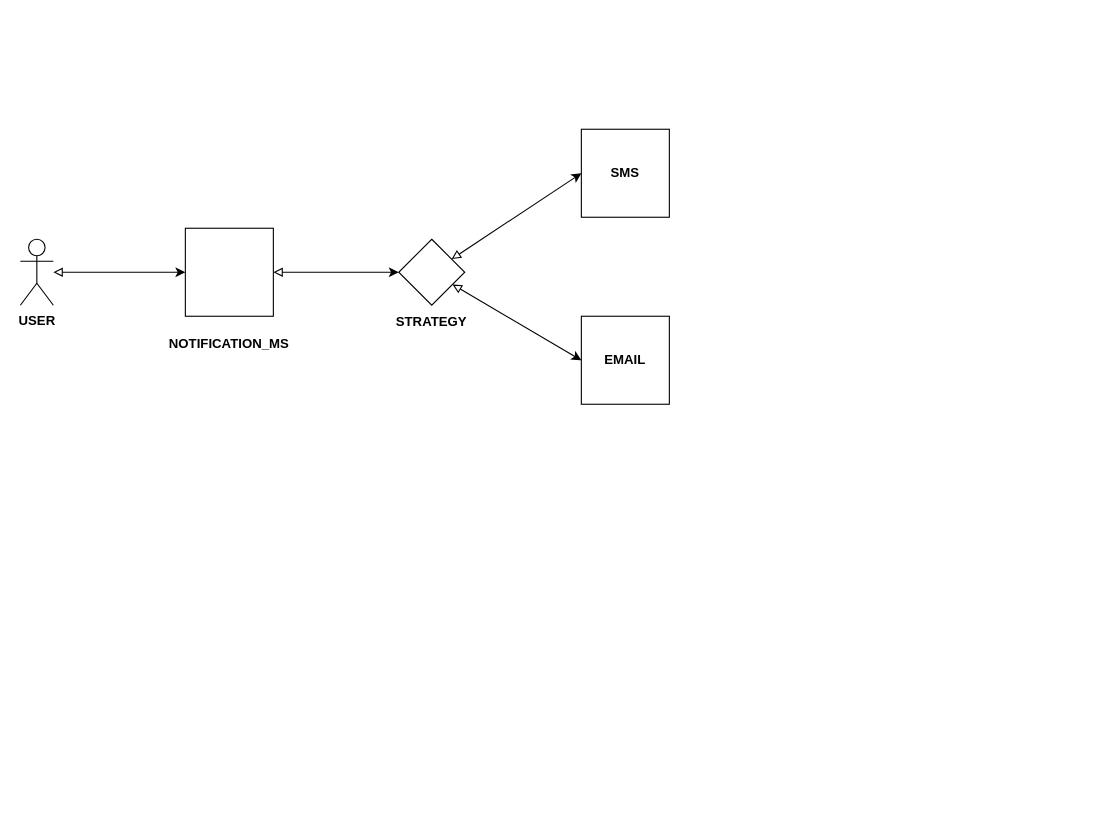
Above: notification-ms-draw.drawio in Benilsn/notification-ms (draw.io), before the change. Source tidied: cells renumbered, new cells numbered last; positions are measured from the earlier drawing's top-left corner, leaving out a move shared by most shapes. Both pictures are drawn from the tidied source at 110%, with x=0, y=0 at pixel (20, 129).
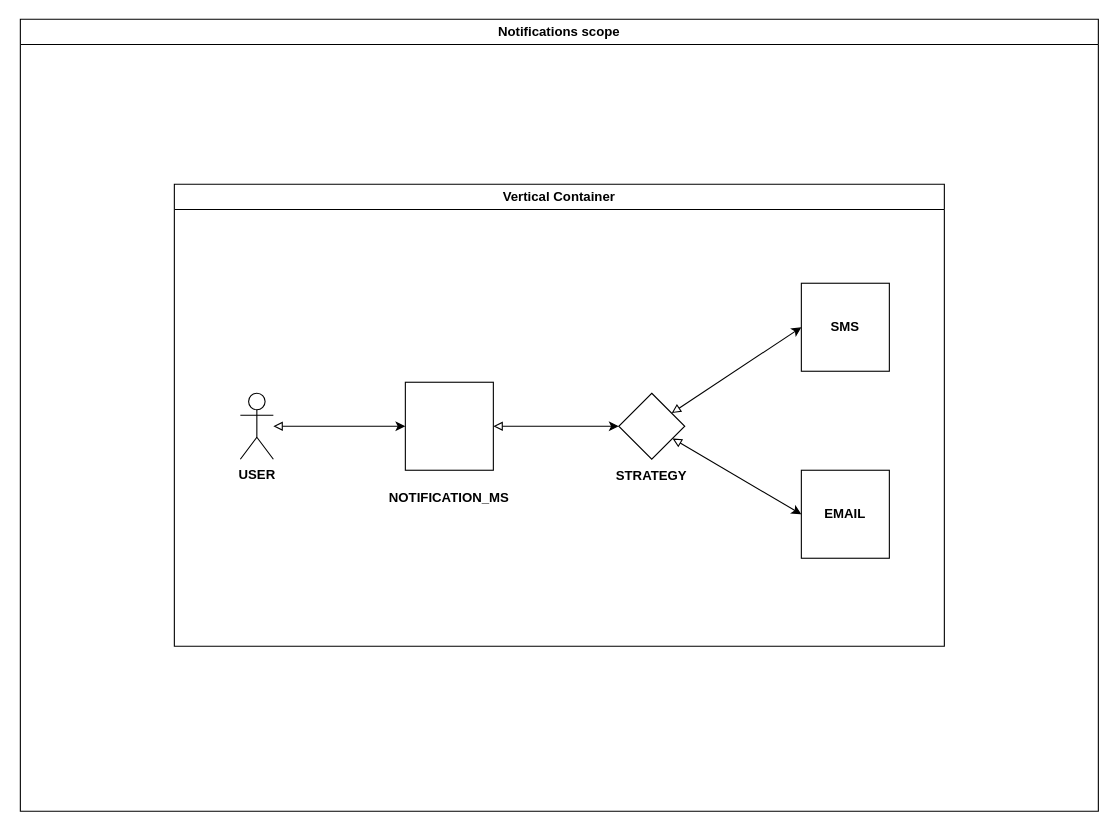
The same diagram, later.

What changed in the source:
```diff
@@
 <mxGraphModel>
   <root>
     <mxCell id="0" />
     <mxCell id="1" parent="0" />
-    <mxCell id="2" style="edgeStyle=none;html=1;entryX=0;entryY=0.5;entryDx=0;entryDy=0;startArrow=block;startFill=0;" parent="1" edge="1" source="3" target="9">
-      <mxGeometry relative="1" as="geometry" />
-    </mxCell>
+    <mxCell id="13" value="Notifications scope" style="swimlane;whiteSpace=wrap;html=1;" parent="1" vertex="1">
+      <mxGeometry y="-100" width="980" height="720" as="geometry" />
+    </mxCell>
+    <mxCell id="14" style="group;" parent="13" vertex="1">
+      <mxGeometry x="140" y="150" width="700" height="420" as="geometry" />
+    </mxCell>
+    <mxCell id="15" value="Vertical Container" style="swimlane;whiteSpace=wrap;html=1;" parent="14" vertex="1">
+      <mxGeometry width="700" height="420" as="geometry" />
+    </mxCell>
+    <mxCell id="16" style="group;" parent="14" vertex="1">
+      <mxGeometry x="60" y="90" width="590" height="250" as="geometry" />
+    </mxCell>
-    <mxCell id="3" style="whiteSpace=wrap;html=1;" parent="1" vertex="1">
+    <mxCell id="3" style="whiteSpace=wrap;html=1;" parent="16" vertex="1">
       <mxGeometry x="150" y="90" width="80" height="80" as="geometry" />
     </mxCell>
-    <mxCell id="4" style="edgeStyle=none;html=1;entryX=0;entryY=0.5;entryDx=0;entryDy=0;startArrow=block;startFill=0;" parent="1" edge="1" source="5" target="3">
+    <mxCell id="4" style="edgeStyle=none;html=1;entryX=0;entryY=0.5;entryDx=0;entryDy=0;startArrow=block;startFill=0;" parent="16" edge="1" source="5" target="3">
       <mxGeometry relative="1" as="geometry" />
     </mxCell>
-    <mxCell id="5" value="&lt;b&gt;USER&lt;/b&gt;" style="shape=umlActor;verticalLabelPosition=bottom;verticalAlign=top;html=1;outlineConnect=0;" parent="1" vertex="1">
+    <mxCell id="5" value="&lt;b&gt;USER&lt;/b&gt;" style="shape=umlActor;verticalLabelPosition=bottom;verticalAlign=top;html=1;outlineConnect=0;" parent="16" vertex="1">
       <mxGeometry y="100" width="30" height="60" as="geometry" />
     </mxCell>
-    <mxCell id="6" value="&lt;b&gt;NOTIFICATION_MS&lt;/b&gt;" style="text;html=1;strokeColor=none;fillColor=none;align=center;verticalAlign=middle;whiteSpace=wrap;rounded=0;" parent="1" vertex="1">
+    <mxCell id="6" value="&lt;b&gt;NOTIFICATION_MS&lt;/b&gt;" style="text;html=1;strokeColor=none;fillColor=none;align=center;verticalAlign=middle;whiteSpace=wrap;rounded=0;" parent="16" vertex="1">
       <mxGeometry x="160" y="180" width="60" height="30" as="geometry" />
     </mxCell>
-    <mxCell id="7" style="edgeStyle=none;html=1;entryX=0;entryY=0.5;entryDx=0;entryDy=0;startArrow=block;startFill=0;" parent="1" edge="1" source="9" target="11">
-      <mxGeometry relative="1" as="geometry" />
-    </mxCell>
-    <mxCell id="8" style="edgeStyle=none;html=1;entryX=0;entryY=0.5;entryDx=0;entryDy=0;startArrow=block;startFill=0;" parent="1" edge="1" source="9" target="12">
-      <mxGeometry relative="1" as="geometry" />
-    </mxCell>
-    <mxCell id="9" style="rhombus;whiteSpace=wrap;html=1;" parent="1" vertex="1">
+    <mxCell id="9" style="rhombus;whiteSpace=wrap;html=1;" parent="16" vertex="1">
       <mxGeometry x="344" y="100" width="60" height="60" as="geometry" />
     </mxCell>
+    <mxCell id="2" style="edgeStyle=none;html=1;entryX=0;entryY=0.5;entryDx=0;entryDy=0;startArrow=block;startFill=0;" parent="16" edge="1" source="3" target="9">
+      <mxGeometry relative="1" as="geometry" />
+    </mxCell>
-    <mxCell id="10" value="STRATEGY" style="text;html=1;strokeColor=none;fillColor=none;align=center;verticalAlign=middle;whiteSpace=wrap;rounded=0;fontStyle=1;" parent="1" vertex="1">
+    <mxCell id="10" value="STRATEGY" style="text;html=1;strokeColor=none;fillColor=none;align=center;verticalAlign=middle;whiteSpace=wrap;rounded=0;fontStyle=1;" parent="16" vertex="1">
       <mxGeometry x="339" y="160" width="70" height="30" as="geometry" />
     </mxCell>
-    <mxCell id="11" value="&lt;b&gt;SMS&lt;/b&gt;" style="whiteSpace=wrap;html=1;" parent="1" vertex="1">
+    <mxCell id="11" value="&lt;b&gt;SMS&lt;/b&gt;" style="whiteSpace=wrap;html=1;" parent="16" vertex="1">
       <mxGeometry x="510" width="80" height="80" as="geometry" />
     </mxCell>
+    <mxCell id="7" style="edgeStyle=none;html=1;entryX=0;entryY=0.5;entryDx=0;entryDy=0;startArrow=block;startFill=0;" parent="16" edge="1" source="9" target="11">
+      <mxGeometry relative="1" as="geometry" />
+    </mxCell>
-    <mxCell id="12" value="&lt;b&gt;EMAIL&lt;/b&gt;" style="whiteSpace=wrap;html=1;" parent="1" vertex="1">
+    <mxCell id="12" value="&lt;b&gt;EMAIL&lt;/b&gt;" style="whiteSpace=wrap;html=1;" parent="16" vertex="1">
       <mxGeometry x="510" y="170" width="80" height="80" as="geometry" />
     </mxCell>
+    <mxCell id="8" style="edgeStyle=none;html=1;entryX=0;entryY=0.5;entryDx=0;entryDy=0;startArrow=block;startFill=0;" parent="16" edge="1" source="9" target="12">
+      <mxGeometry relative="1" as="geometry" />
+    </mxCell>
   </root>
 </mxGraphModel>
```
